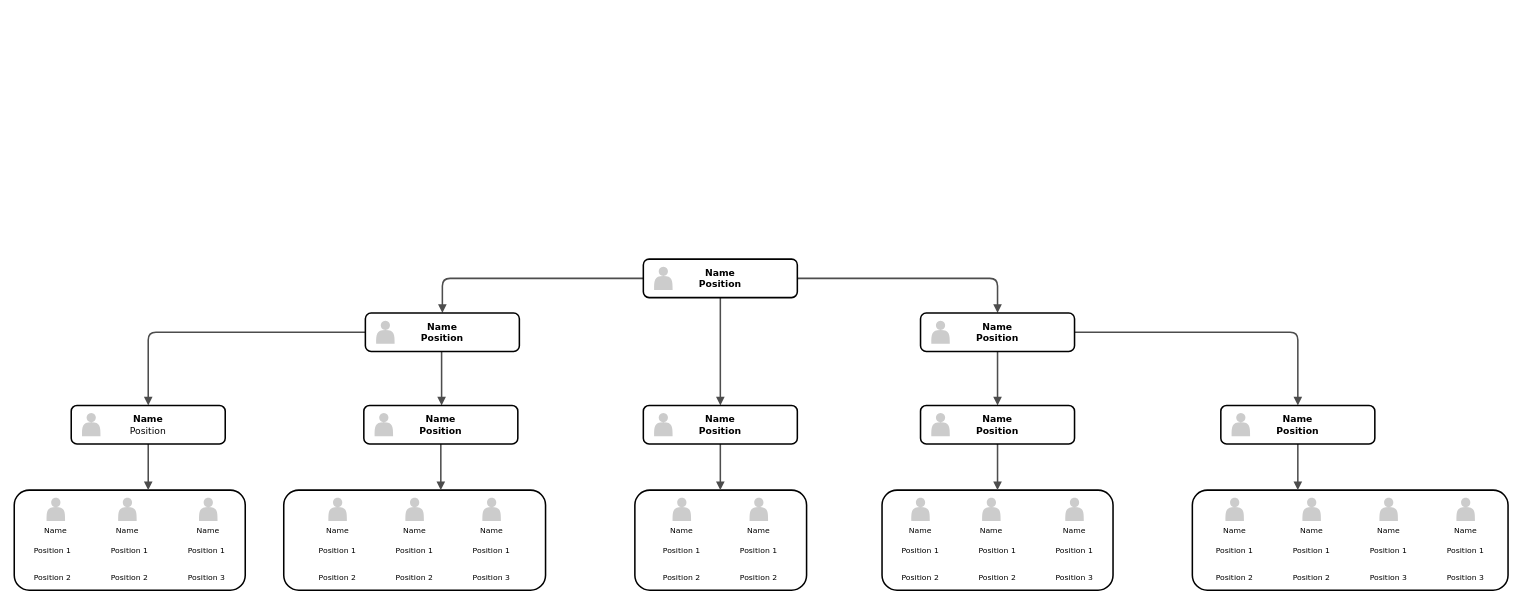
Before: Untitled Diagram.drawio in pxhhappy/tutorials, a draw.io diagram. Source tidied: cells renumbered, new cells numbered last; positions are measured from the earlier drawing's top-left corner, leaving out a move shared by most shapes. Both pictures are drawn from the tidied source at 77%, with x=0, y=0 at pixel (14, 259).
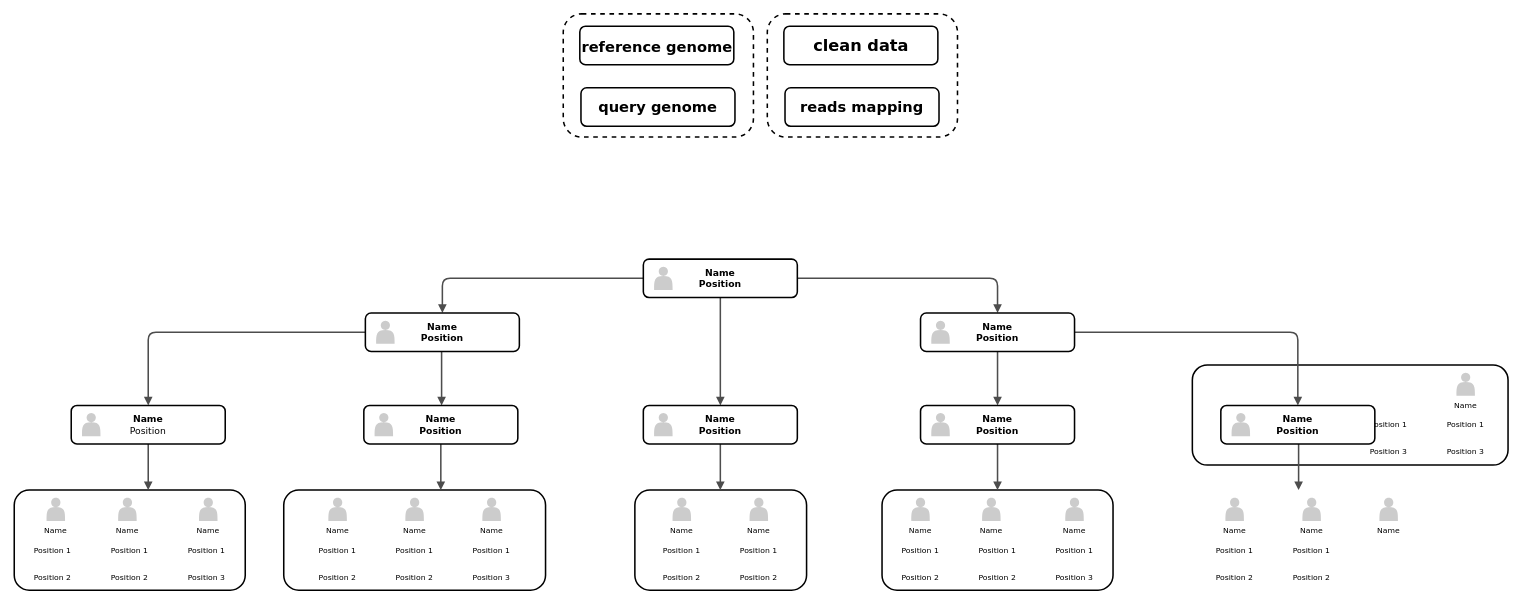
The same diagram, later.

The change refers to these unchanged cells:
```xml
<mxCell id="78" value="Name&lt;div&gt;&lt;span&gt;Position&lt;/span&gt;&lt;/div&gt;" style="whiteSpace=wrap;html=1;rounded=1;shadow=0;comic=0;strokeWidth=2;fontFamily=Verdana;align=center;fontSize=12;fontStyle=1;" parent="1" vertex="1">
  <mxGeometry x="1567" y="190" width="200" height="50" as="geometry" />
</mxCell>
```

The edit, as a diff of the source:
```diff
@@
+    <mxCell id="80" style="rounded=1;whiteSpace=wrap;html=1;fontSize=19;gradientColor=#ffffff;fillColor=none;dashed=1;strokeWidth=2;" parent="1" vertex="1">
+      <mxGeometry x="713" y="-318.5" width="247" height="160" as="geometry" />
+    </mxCell>
@@
     <mxCell id="13" style="whiteSpace=wrap;html=1;rounded=1;shadow=0;comic=0;strokeWidth=2;fontFamily=Verdana;align=center;fontSize=10;" parent="1" vertex="1">
-      <mxGeometry x="1530" y="300" width="410" height="130" as="geometry" />
+      <mxGeometry x="1530" y="137.5" width="410" height="130" as="geometry" />
     </mxCell>
@@
     <mxCell id="18" value="Name" style="shape=actor;whiteSpace=wrap;html=1;rounded=0;shadow=0;comic=0;strokeWidth=1;fillColor=#CCCCCC;fontFamily=Verdana;align=center;strokeColor=none;labelPosition=center;verticalLabelPosition=bottom;verticalAlign=top;fontSize=10;" parent="1" vertex="1">
-      <mxGeometry x="1873" y="310" width="24" height="30" as="geometry" />
+      <mxGeometry x="1873" y="147.5" width="24" height="30" as="geometry" />
     </mxCell>
@@
-    <mxCell id="26" style="edgeStyle=elbowEdgeStyle;rounded=1;html=1;labelBackgroundColor=none;endArrow=block;endFill=1;strokeColor=#4D4D4D;strokeWidth=2;fontFamily=Verdana;fontSize=10;" parent="1" edge="1" source="78" target="13">
-      <mxGeometry relative="1" as="geometry" />
+    <mxCell id="26" style="edgeStyle=elbowEdgeStyle;rounded=1;html=1;labelBackgroundColor=none;endArrow=block;endFill=1;strokeColor=#4D4D4D;strokeWidth=2;fontFamily=Verdana;fontSize=10;" parent="1" edge="1" source="78">
+      <mxGeometry relative="1" as="geometry">
+        <mxPoint x="1667.5" y="300" as="targetPoint" />
+      </mxGeometry>
     </mxCell>
@@
     <mxCell id="58" value="Position 1" style="text;html=1;strokeColor=none;fillColor=none;align=center;verticalAlign=middle;whiteSpace=wrap;rounded=1;shadow=0;comic=0;fontFamily=Verdana;fontSize=10;" parent="1" vertex="1">
-      <mxGeometry x="1740" y="365" width="90" height="25" as="geometry" />
+      <mxGeometry x="1740" y="202.5" width="90" height="25" as="geometry" />
     </mxCell>
@@
     <mxCell id="61" value="Position 3" style="text;html=1;strokeColor=none;fillColor=none;align=center;verticalAlign=middle;whiteSpace=wrap;rounded=1;shadow=0;comic=0;fontFamily=Verdana;fontSize=10;" parent="1" vertex="1">
-      <mxGeometry x="1740" y="400" width="90" height="25" as="geometry" />
+      <mxGeometry x="1740" y="237.5" width="90" height="25" as="geometry" />
     </mxCell>
     <mxCell id="62" value="Position 1" style="text;html=1;strokeColor=none;fillColor=none;align=center;verticalAlign=middle;whiteSpace=wrap;rounded=1;shadow=0;comic=0;fontFamily=Verdana;fontSize=10;" parent="1" vertex="1">
-      <mxGeometry x="1840" y="365" width="90" height="25" as="geometry" />
+      <mxGeometry x="1840" y="202.5" width="90" height="25" as="geometry" />
     </mxCell>
     <mxCell id="63" value="Position 3" style="text;html=1;strokeColor=none;fillColor=none;align=center;verticalAlign=middle;whiteSpace=wrap;rounded=1;shadow=0;comic=0;fontFamily=Verdana;fontSize=10;" parent="1" vertex="1">
-      <mxGeometry x="1840" y="400" width="90" height="25" as="geometry" />
+      <mxGeometry x="1840" y="237.5" width="90" height="25" as="geometry" />
     </mxCell>
@@
+    <mxCell id="81" value="&lt;font style=&quot;font-size: 19px&quot;&gt;reference genome&lt;/font&gt;" style="whiteSpace=wrap;html=1;rounded=1;shadow=0;comic=0;strokeWidth=2;fontFamily=Verdana;align=center;fontSize=27;fontStyle=1;" parent="1" vertex="1">
+      <mxGeometry x="734.5" y="-302.5" width="200" height="50" as="geometry" />
+    </mxCell>
+    <mxCell id="82" value="clean data" style="whiteSpace=wrap;html=1;rounded=1;shadow=0;comic=0;strokeWidth=2;fontFamily=Verdana;align=center;fontSize=21;fontStyle=1;" parent="1" vertex="1">
+      <mxGeometry x="999.5" y="-302.5" width="200" height="50" as="geometry" />
+    </mxCell>
+    <mxCell id="83" value="query genome" style="whiteSpace=wrap;html=1;rounded=1;shadow=0;comic=0;strokeWidth=2;fontFamily=Verdana;align=center;fontSize=19;fontStyle=1;" parent="1" vertex="1">
+      <mxGeometry x="736" y="-222.5" width="200" height="50" as="geometry" />
+    </mxCell>
+    <mxCell id="84" value="reads mapping" style="whiteSpace=wrap;html=1;rounded=1;shadow=0;comic=0;strokeWidth=2;fontFamily=Verdana;align=center;fontSize=19;fontStyle=1;" parent="1" vertex="1">
+      <mxGeometry x="1001" y="-222.5" width="200" height="50" as="geometry" />
+    </mxCell>
+    <mxCell id="85" style="rounded=1;whiteSpace=wrap;html=1;fontSize=19;gradientColor=#ffffff;fillColor=none;dashed=1;strokeWidth=2;" parent="1" vertex="1">
+      <mxGeometry x="978" y="-318.5" width="247" height="160" as="geometry" />
+    </mxCell>
```
